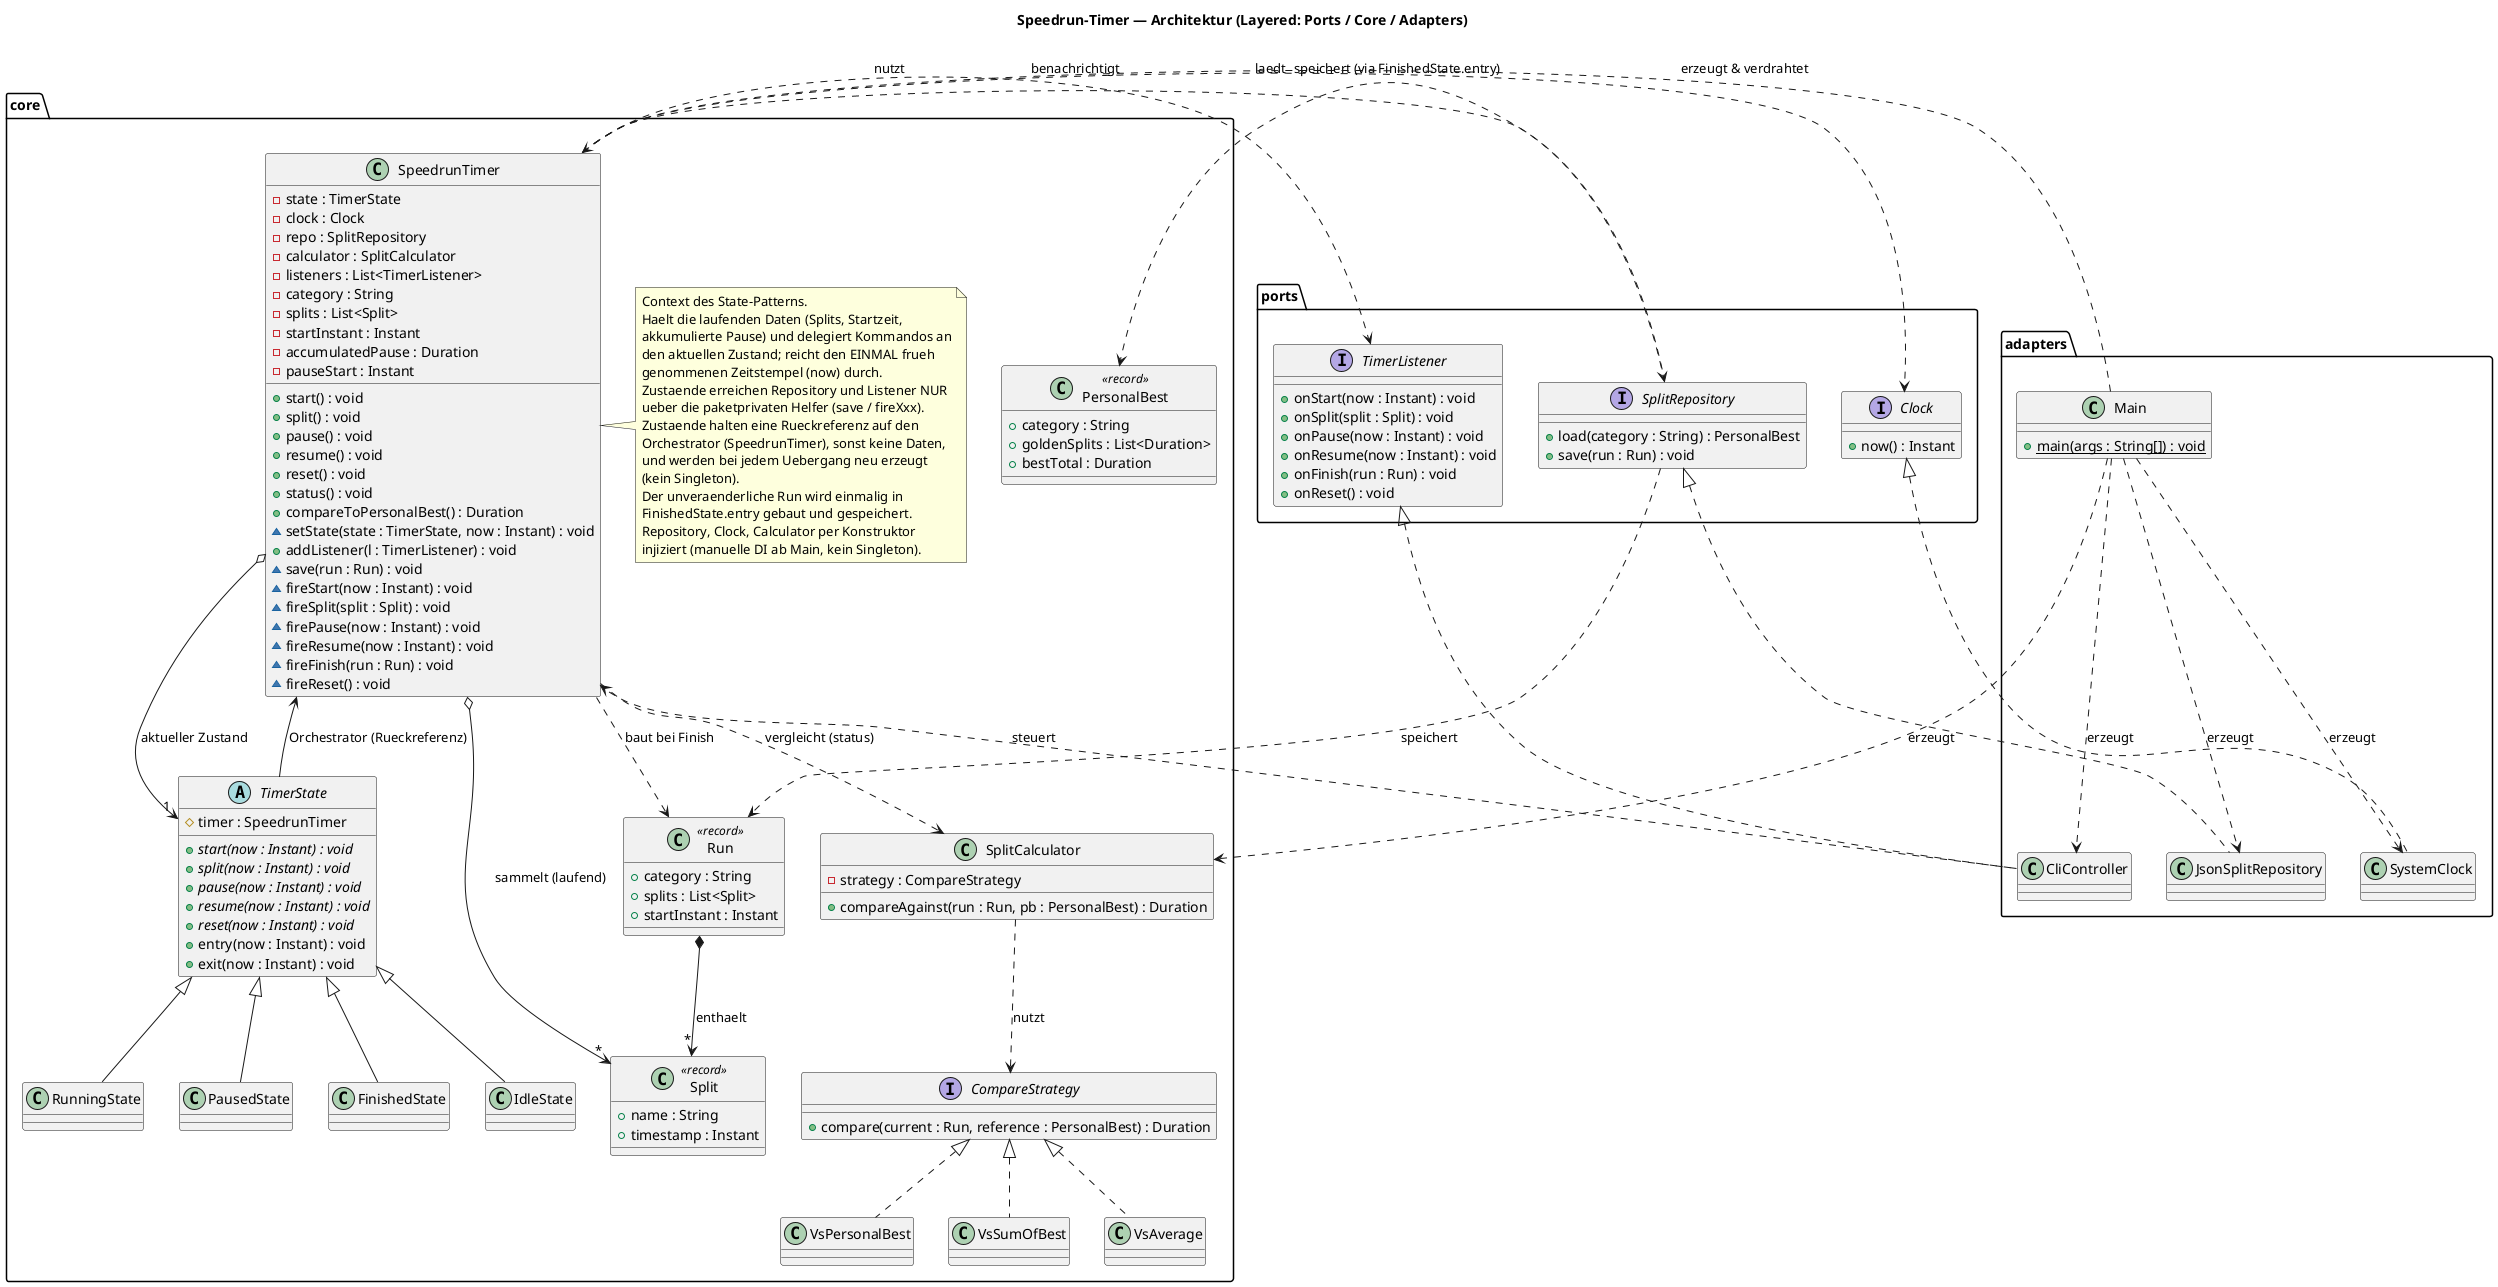
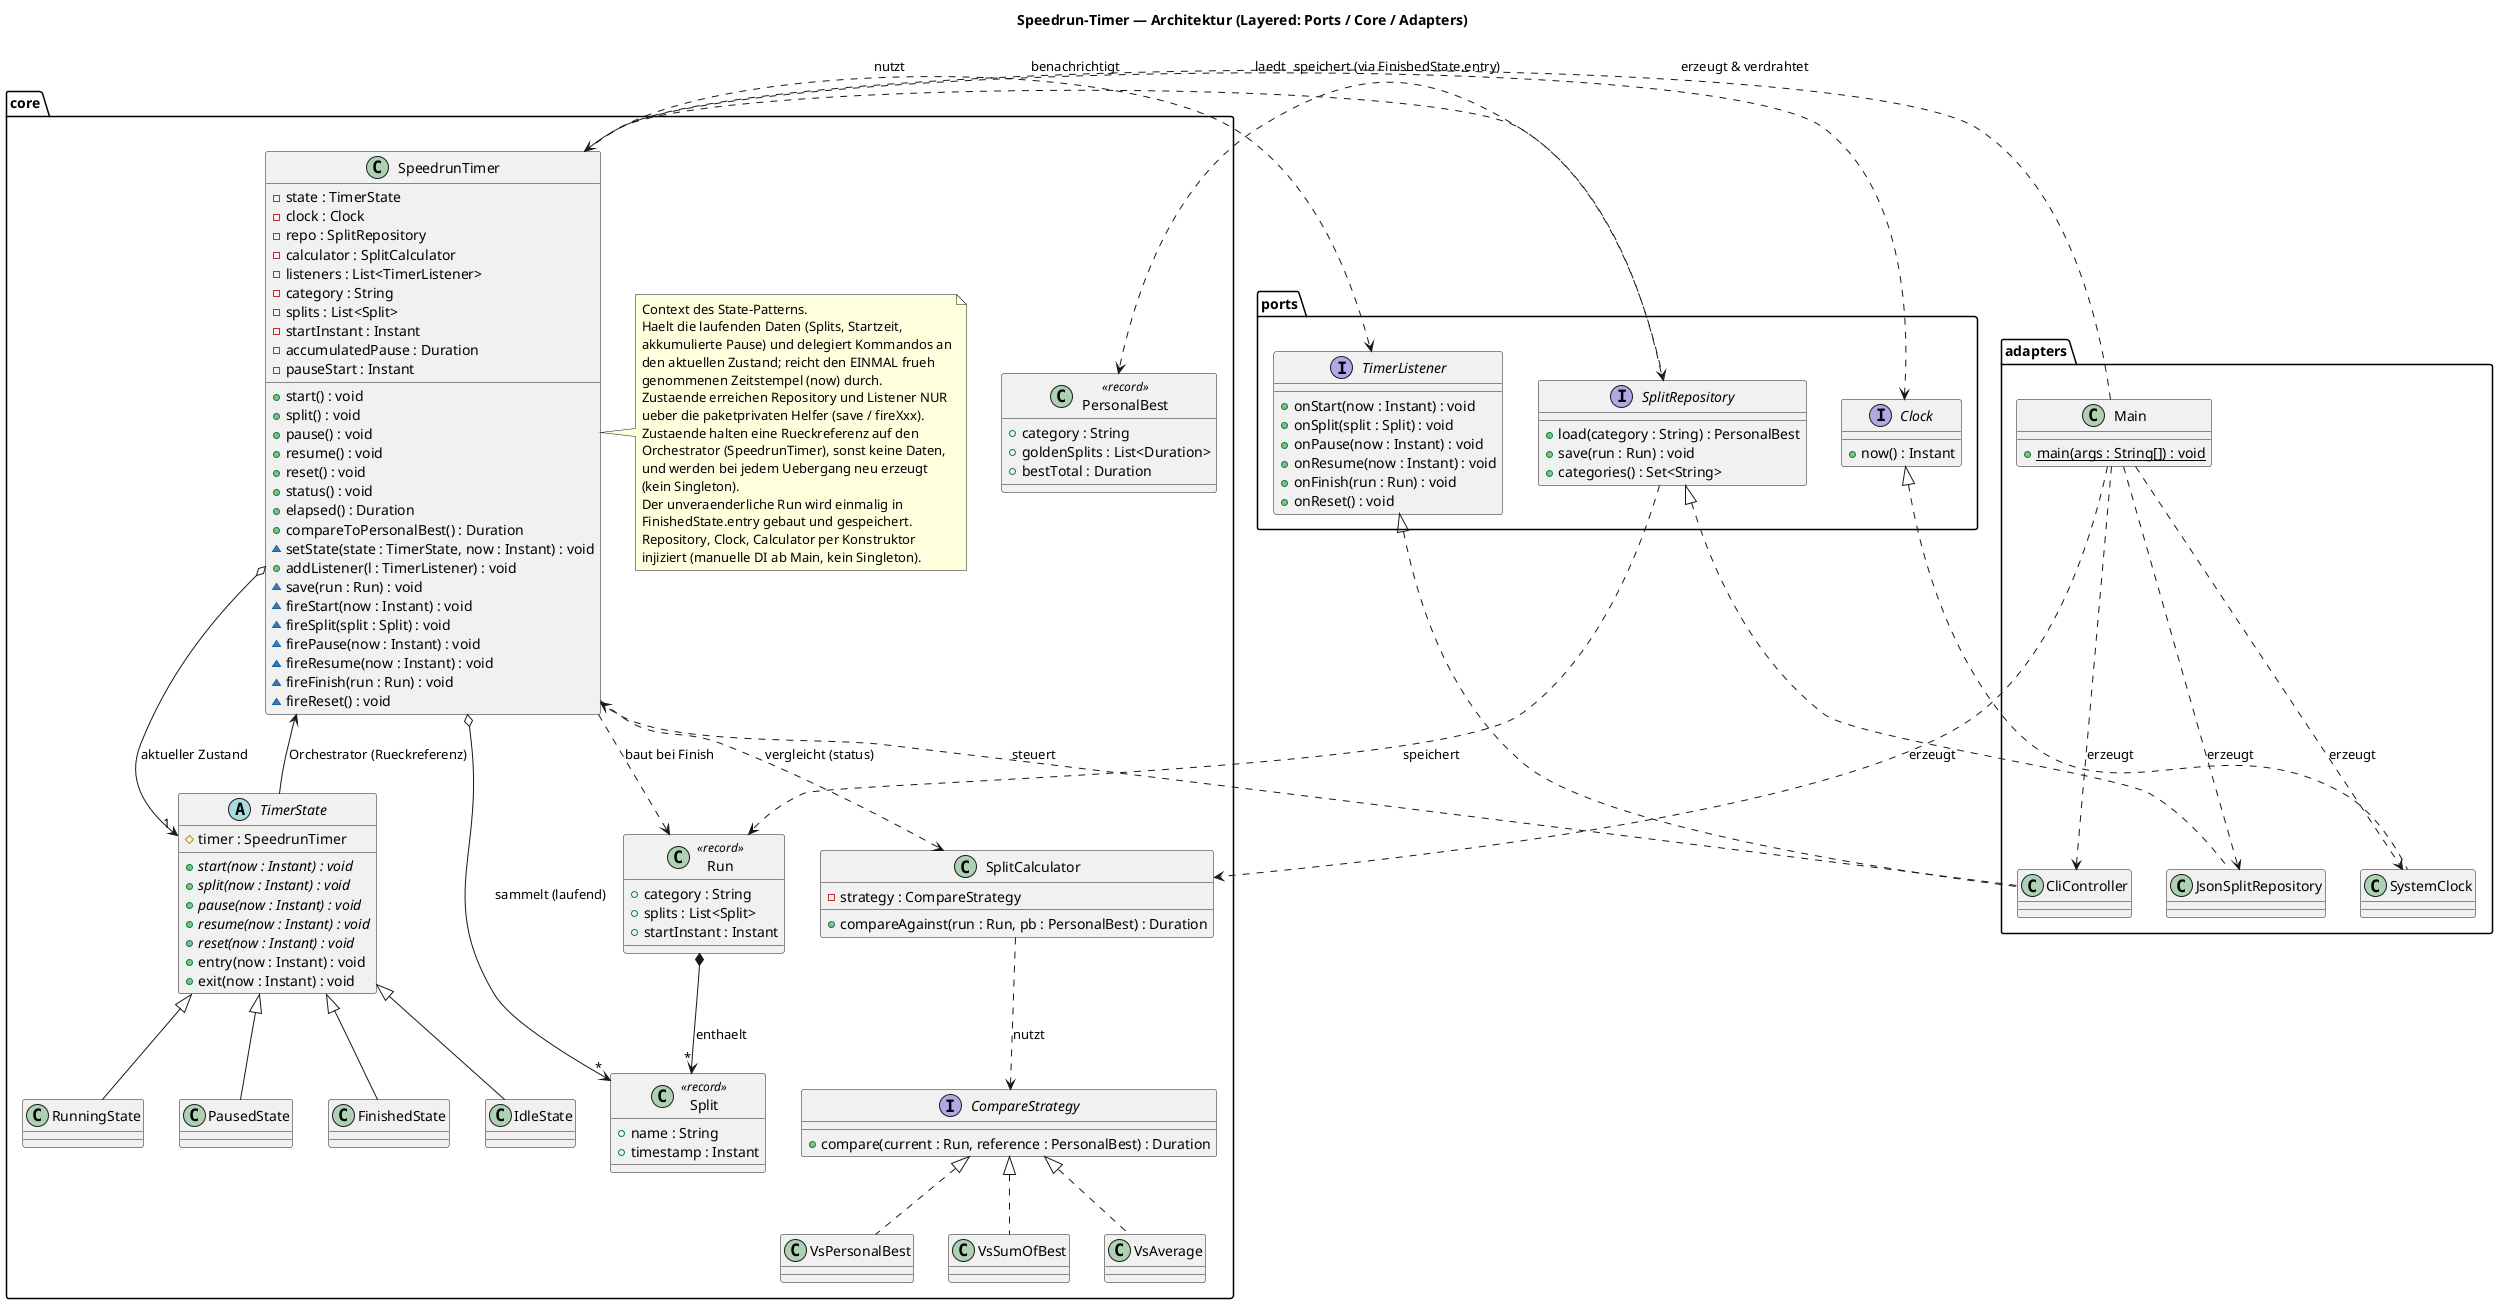
@startuml SpeedrunTimerArchitecture
title Speedrun-Timer — Architektur (Layered: Ports / Core / Adapters)

' Layer: dependencies point inward only — Adapters --> Ports <-- Core.
' CompareStrategy is NOT a port: it has no external adapter, all
' implementations are domain logic and live in the Core.

' ============ PORTS (Interfaces, vom Core besessen) ============
package ports {
  interface Clock {
    + now() : Instant
  }

  interface SplitRepository {
    + load(category : String) : PersonalBest
    + save(run : Run) : void
+     + categories() : Set<String>
  }

  interface TimerListener {
    + onStart(now : Instant) : void
    + onSplit(split : Split) : void
    + onPause(now : Instant) : void
    + onResume(now : Instant) : void
    + onFinish(run : Run) : void
    + onReset() : void
  }
}

' ============ CORE (Domaene + Logik, keine Abhaengigkeit nach aussen) ============
package core {

  ' ---- Context des State-Patterns ----
  class SpeedrunTimer {
    - state : TimerState
    - clock : Clock
    - repo : SplitRepository
    - calculator : SplitCalculator
    - listeners : List<TimerListener>
    - category : String
    - splits : List<Split>
    - startInstant : Instant
    - accumulatedPause : Duration
    - pauseStart : Instant
    + start() : void
    + split() : void
    + pause() : void
    + resume() : void
    + reset() : void
    + status() : void
+     + elapsed() : Duration
    + compareToPersonalBest() : Duration
    ~ setState(state : TimerState, now : Instant) : void
    + addListener(l : TimerListener) : void
    ~ save(run : Run) : void
    ~ fireStart(now : Instant) : void
    ~ fireSplit(split : Split) : void
    ~ firePause(now : Instant) : void
    ~ fireResume(now : Instant) : void
    ~ fireFinish(run : Run) : void
    ~ fireReset() : void
  }

  note right of SpeedrunTimer
    Context des State-Patterns.
    Haelt die laufenden Daten (Splits, Startzeit,
    akkumulierte Pause) und delegiert Kommandos an
    den aktuellen Zustand; reicht den EINMAL frueh
    genommenen Zeitstempel (now) durch.
    Zustaende erreichen Repository und Listener NUR
    ueber die paketprivaten Helfer (save / fireXxx).
    Zustaende halten eine Rueckreferenz auf den
    Orchestrator (SpeedrunTimer), sonst keine Daten,
    und werden bei jedem Uebergang neu erzeugt
    (kein Singleton).
    Der unveraenderliche Run wird einmalig in
    FinishedState.entry gebaut und gespeichert.
    Repository, Clock, Calculator per Konstruktor
    injiziert (manuelle DI ab Main, kein Singleton).
  end note

  ' ---- State-Pattern ----
  abstract class TimerState {
    # timer : SpeedrunTimer
    + {abstract} start(now : Instant) : void
    + {abstract} split(now : Instant) : void
    + {abstract} pause(now : Instant) : void
    + {abstract} resume(now : Instant) : void
    + {abstract} reset(now : Instant) : void
    + entry(now : Instant) : void
    + exit(now : Instant) : void
  }

  class IdleState {
    ' start -> RunningState; sonst IllegalStateException
  }
  class RunningState {
    ' split, pause -> Paused, reset; entry: Startzeit merken
  }
  class PausedState {
    ' resume -> Running, reset; sonst IllegalStateException
  }
  class FinishedState {
    ' nur reset; entry: Run bauen + ueber ctx.save speichern
  }

  TimerState <|-- IdleState
  TimerState <|-- RunningState
  TimerState <|-- PausedState
  TimerState <|-- FinishedState

  ' ---- Strategy-Pattern (Domaenen-Policy, kein Port) ----
  class SplitCalculator {
    - strategy : CompareStrategy
    + compareAgainst(run : Run, pb : PersonalBest) : Duration
  }

  interface CompareStrategy {
    + compare(current : Run, reference : PersonalBest) : Duration
  }

  class VsPersonalBest
  class VsSumOfBest
  class VsAverage

  CompareStrategy <|.. VsPersonalBest
  CompareStrategy <|.. VsSumOfBest
  CompareStrategy <|.. VsAverage

  ' ---- Domain (Records, immutable) ----
  class Split <<record>> {
    + name : String
    + timestamp : Instant
  }
  class Run <<record>> {
    + category : String
    + splits : List<Split>
    + startInstant : Instant
  }
  class PersonalBest <<record>> {
    + category : String
    + goldenSplits : List<Duration>
    + bestTotal : Duration
  }
}

' ============ ADAPTERS (haengen nach innen von den Ports ab) ============
package adapters {
  class JsonSplitRepository {
    ' Gson-Implementierung von SplitRepository
  }
  class SystemClock {
    ' Instant.now()
  }
  class CliController {
    ' liest Kommandos, ruft SpeedrunTimer auf,
    ' implementiert TimerListener fuer die Ausgabe
  }
  class Main {
    ' Composition Root: erzeugt SystemClock,
    ' JsonSplitRepository, SplitCalculator, SpeedrunTimer,
    ' CliController und verdrahtet sie (manuelle DI)
    + {static} main(args : String[]) : void
  }
}

' ============ BEZIEHUNGEN ============
SpeedrunTimer o--> "1" TimerState : aktueller Zustand
TimerState --> SpeedrunTimer : Orchestrator (Rueckreferenz)
SpeedrunTimer ..> Clock : nutzt
SpeedrunTimer ..> TimerListener : benachrichtigt
SpeedrunTimer ..> SplitRepository : speichert (via FinishedState.entry)
SpeedrunTimer ..> SplitCalculator : vergleicht (status)
SpeedrunTimer o--> "*" Split : sammelt (laufend)
SpeedrunTimer ..> Run : baut bei Finish

SplitCalculator ..> CompareStrategy : nutzt

SplitRepository ..> Run : speichert
SplitRepository ..> PersonalBest : laedt
Run *--> "*" Split : enthaelt

SplitRepository <|.. JsonSplitRepository
Clock <|.. SystemClock
TimerListener <|.. CliController
CliController ..> SpeedrunTimer : steuert

Main ..> SpeedrunTimer : erzeugt & verdrahtet
Main ..> JsonSplitRepository : erzeugt
Main ..> SystemClock : erzeugt
Main ..> SplitCalculator : erzeugt
Main ..> CliController : erzeugt

@enduml
